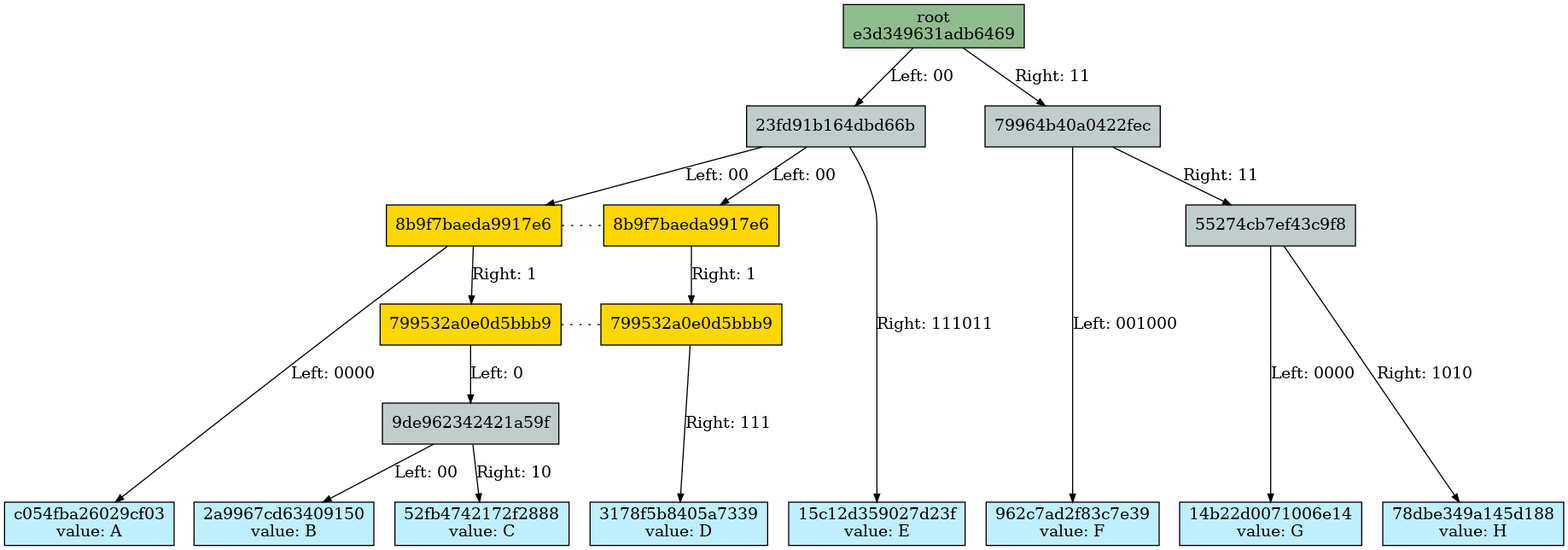
Earlier version of the Graphviz export docs/merkle_tree/split_details/4_split_2.dot.png (juicebox-systems/juicebox-hsm-realm). Its source is kept beside it as docs/merkle_tree/split_details/4_split_2.dot.
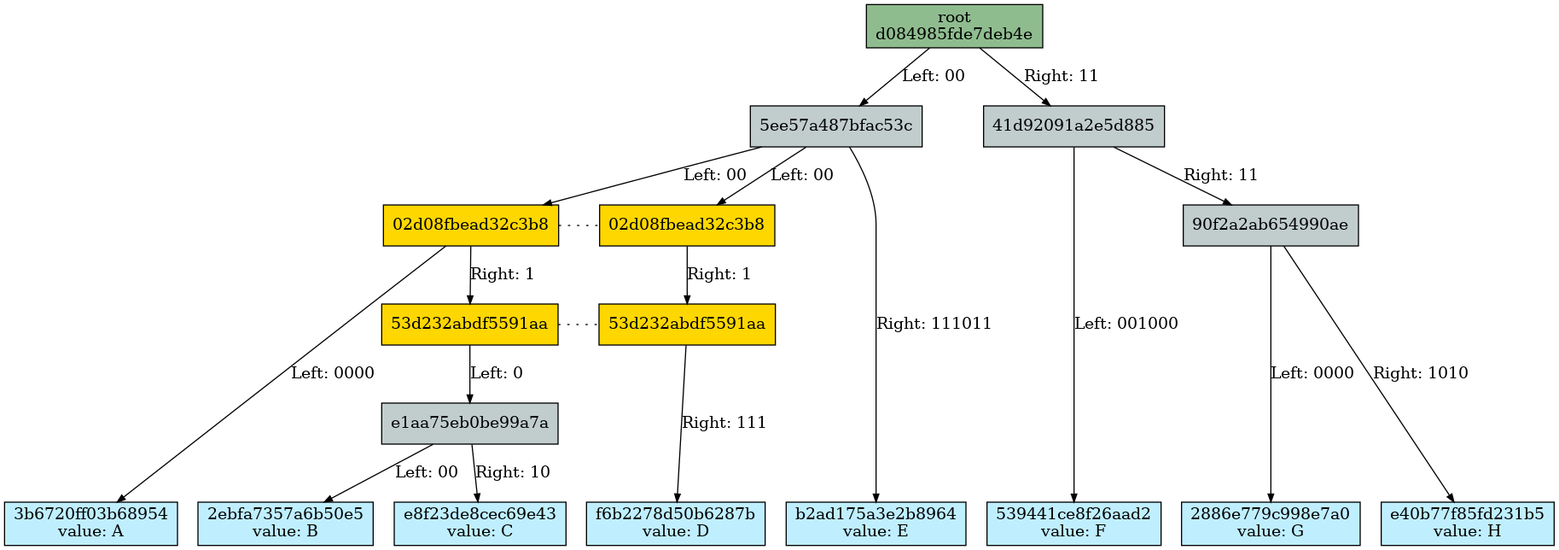
After the commit.

Diff of the diagram source:
```diff
@@ -1,86 +1,86 @@
 Digraph merkletree {
 
-h8b9f7baeda9917e6_2 [fillcolor=gold1 label="8b9f7baeda9917e6" ordering=out shape=box style=filled ];
-h799532a0e0d5bbb9_2 [fillcolor=gold1 label="799532a0e0d5bbb9" ordering=out shape=box style=filled ];
-he3d349631adb6469 -> h23fd91b164dbd66b [arrowsize=0.7 label="Left: 00\l" nojustify=true ];
-h23fd91b164dbd66b -> h8b9f7baeda9917e6_2 [arrowsize=0.7 label="Left: 00\l" nojustify=true ];
-h23fd91b164dbd66b -> h8b9f7baeda9917e6 [arrowsize=0.7 label="Left: 00\l" nojustify=true ];
-h8b9f7baeda9917e6_2 -> hc054fba26029cf03 [arrowsize=0.7 label="Left: 0000" nojustify=true ];
-h8b9f7baeda9917e6_2 -> h799532a0e0d5bbb9_2 [arrowsize=0.7 label="Right: 1\l" nojustify=true ];
-h8b9f7baeda9917e6 -> h799532a0e0d5bbb9 [arrowsize=0.7 label="Right: 1\l" nojustify=true ];
-h799532a0e0d5bbb9_2 -> h9de962342421a59f [arrowsize=0.7 label="Left: 0\l" nojustify=true ];
-h9de962342421a59f -> h2a9967cd63409150 [arrowsize=0.7 label="Left: 00" nojustify=true ];
-h9de962342421a59f -> h52fb4742172f2888 [arrowsize=0.7 label="Right: 10" nojustify=true ];
-h799532a0e0d5bbb9 -> h3178f5b8405a7339 [arrowsize=0.7 label="Right: 111" nojustify=true ];
-h23fd91b164dbd66b -> h15c12d359027d23f [arrowsize=0.7 label="Right: 111011" nojustify=true ];
-he3d349631adb6469 -> h79964b40a0422fec [arrowsize=0.7 label="Right: 11\l" nojustify=true ];
-h79964b40a0422fec -> h962c7ad2f83c7e39 [arrowsize=0.7 label="Left: 001000" nojustify=true ];
-h79964b40a0422fec -> h55274cb7ef43c9f8 [arrowsize=0.7 label="Right: 11\l" nojustify=true ];
-h55274cb7ef43c9f8 -> h14b22d0071006e14 [arrowsize=0.7 label="Left: 0000" nojustify=true ];
-h55274cb7ef43c9f8 -> h78dbe349a145d188 [arrowsize=0.7 label="Right: 1010" nojustify=true ];
+h02d08fbead32c3b8_2 [fillcolor=gold1 label="02d08fbead32c3b8" ordering=out shape=box style=filled ];
+h53d232abdf5591aa_2 [fillcolor=gold1 label="53d232abdf5591aa" ordering=out shape=box style=filled ];
+hd084985fde7deb4e -> h5ee57a487bfac53c [arrowsize=0.7 label="Left: 00" nojustify=true ];
+h5ee57a487bfac53c -> h02d08fbead32c3b8_2 [arrowsize=0.7 label="Left: 00" nojustify=true ];
+h5ee57a487bfac53c -> h02d08fbead32c3b8 [arrowsize=0.7 label="Left: 00" nojustify=true ];
+h02d08fbead32c3b8_2 -> h3b6720ff03b68954 [arrowsize=0.7 label="Left: 0000" nojustify=true ];
+h02d08fbead32c3b8_2 -> h53d232abdf5591aa_2 [arrowsize=0.7 label="Right: 1" nojustify=true ];
+h02d08fbead32c3b8 -> h53d232abdf5591aa [arrowsize=0.7 label="Right: 1" nojustify=true ];
+h53d232abdf5591aa_2 -> he1aa75eb0be99a7a [arrowsize=0.7 label="Left: 0" nojustify=true ];
+he1aa75eb0be99a7a -> h2ebfa7357a6b50e5 [arrowsize=0.7 label="Left: 00" nojustify=true ];
+he1aa75eb0be99a7a -> he8f23de8cec69e43 [arrowsize=0.7 label="Right: 10" nojustify=true ];
+h53d232abdf5591aa -> hf6b2278d50b6287b [arrowsize=0.7 label="Right: 111" nojustify=true ];
+h5ee57a487bfac53c -> hb2ad175a3e2b8964 [arrowsize=0.7 label="Right: 111011" nojustify=true ];
+hd084985fde7deb4e -> h41d92091a2e5d885 [arrowsize=0.7 label="Right: 11" nojustify=true ];
+h41d92091a2e5d885 -> h539441ce8f26aad2 [arrowsize=0.7 label="Left: 001000" nojustify=true ];
+h41d92091a2e5d885 -> h90f2a2ab654990ae [arrowsize=0.7 label="Right: 11" nojustify=true ];
+h90f2a2ab654990ae -> h2886e779c998e7a0 [arrowsize=0.7 label="Left: 0000" nojustify=true ];
+h90f2a2ab654990ae -> he40b77f85fd231b5 [arrowsize=0.7 label="Right: 1010" nojustify=true ];
 
 Subgraph depth_0 {
 rank=same
 
-he3d349631adb6469 [fillcolor=darkseagreen label="root\ne3d349631adb6469" ordering=out shape=box style=filled ];
+hd084985fde7deb4e [fillcolor=darkseagreen label="root\nd084985fde7deb4e" ordering=out shape=box style=filled ];
 }
 
 
 Subgraph depth_2 {
 rank=same
 
-h23fd91b164dbd66b [fillcolor=azure3 label="23fd91b164dbd66b" ordering=out shape=box style=filled ];
-h79964b40a0422fec [fillcolor=azure3 label="79964b40a0422fec" ordering=out shape=box style=filled ];
+h5ee57a487bfac53c [fillcolor=azure3 label="5ee57a487bfac53c" ordering=out shape=box style=filled ];
+h41d92091a2e5d885 [fillcolor=azure3 label="41d92091a2e5d885" ordering=out shape=box style=filled ];
 }
 
 
 Subgraph depth_4 {
 rank=same
 
-h8b9f7baeda9917e6 [fillcolor=gold1 label="8b9f7baeda9917e6" ordering=out shape=box style=filled ];
-h55274cb7ef43c9f8 [fillcolor=azure3 label="55274cb7ef43c9f8" ordering=out shape=box style=filled ];
+h02d08fbead32c3b8 [fillcolor=gold1 label="02d08fbead32c3b8" ordering=out shape=box style=filled ];
+h90f2a2ab654990ae [fillcolor=azure3 label="90f2a2ab654990ae" ordering=out shape=box style=filled ];
 }
 
 
 Subgraph depth_256 {
 rank=same
 
-hc054fba26029cf03 [fillcolor=lightblue1 label="c054fba26029cf03\nvalue: A" ordering=out shape=box style=filled ];
-h2a9967cd63409150 [fillcolor=lightblue1 label="2a9967cd63409150\nvalue: B" ordering=out shape=box style=filled ];
-h52fb4742172f2888 [fillcolor=lightblue1 label="52fb4742172f2888\nvalue: C" ordering=out shape=box style=filled ];
-h3178f5b8405a7339 [fillcolor=lightblue1 label="3178f5b8405a7339\nvalue: D" ordering=out shape=box style=filled ];
-h15c12d359027d23f [fillcolor=lightblue1 label="15c12d359027d23f\nvalue: E" ordering=out shape=box style=filled ];
-h962c7ad2f83c7e39 [fillcolor=lightblue1 label="962c7ad2f83c7e39\nvalue: F" ordering=out shape=box style=filled ];
-h14b22d0071006e14 [fillcolor=lightblue1 label="14b22d0071006e14\nvalue: G" ordering=out shape=box style=filled ];
-h78dbe349a145d188 [fillcolor=lightblue1 label="78dbe349a145d188\nvalue: H" ordering=out shape=box style=filled ];
+h3b6720ff03b68954 [fillcolor=lightblue1 label="3b6720ff03b68954\nvalue: A" ordering=out shape=box style=filled ];
+h2ebfa7357a6b50e5 [fillcolor=lightblue1 label="2ebfa7357a6b50e5\nvalue: B" ordering=out shape=box style=filled ];
+he8f23de8cec69e43 [fillcolor=lightblue1 label="e8f23de8cec69e43\nvalue: C" ordering=out shape=box style=filled ];
+hf6b2278d50b6287b [fillcolor=lightblue1 label="f6b2278d50b6287b\nvalue: D" ordering=out shape=box style=filled ];
+hb2ad175a3e2b8964 [fillcolor=lightblue1 label="b2ad175a3e2b8964\nvalue: E" ordering=out shape=box style=filled ];
+h539441ce8f26aad2 [fillcolor=lightblue1 label="539441ce8f26aad2\nvalue: F" ordering=out shape=box style=filled ];
+h2886e779c998e7a0 [fillcolor=lightblue1 label="2886e779c998e7a0\nvalue: G" ordering=out shape=box style=filled ];
+he40b77f85fd231b5 [fillcolor=lightblue1 label="e40b77f85fd231b5\nvalue: H" ordering=out shape=box style=filled ];
 }
 
 
 Subgraph depth_5 {
 rank=same
 
-h799532a0e0d5bbb9 [fillcolor=gold1 label="799532a0e0d5bbb9" ordering=out shape=box style=filled ];
+h53d232abdf5591aa [fillcolor=gold1 label="53d232abdf5591aa" ordering=out shape=box style=filled ];
 }
 
 
 Subgraph depth_6 {
 rank=same
 
-h9de962342421a59f [fillcolor=azure3 label="9de962342421a59f" ordering=out shape=box style=filled ];
+he1aa75eb0be99a7a [fillcolor=azure3 label="e1aa75eb0be99a7a" ordering=out shape=box style=filled ];
 }
 
 
-Subgraph split_799532a0e0d5bbb9 {
+Subgraph split_53d232abdf5591aa {
 rank=same
 
-h799532a0e0d5bbb9_2 -> h799532a0e0d5bbb9 [arrowhead=none arrowtail=none dir=both style=dotted ];
+h53d232abdf5591aa_2 -> h53d232abdf5591aa [arrowhead=none arrowtail=none dir=both style=dotted ];
 }
 
 
-Subgraph split_8b9f7baeda9917e6 {
+Subgraph split_02d08fbead32c3b8 {
 rank=same
 
-h8b9f7baeda9917e6_2 -> h8b9f7baeda9917e6 [arrowhead=none arrowtail=none dir=both style=dotted ];
+h02d08fbead32c3b8_2 -> h02d08fbead32c3b8 [arrowhead=none arrowtail=none dir=both style=dotted ];
 }
 
 }
```
